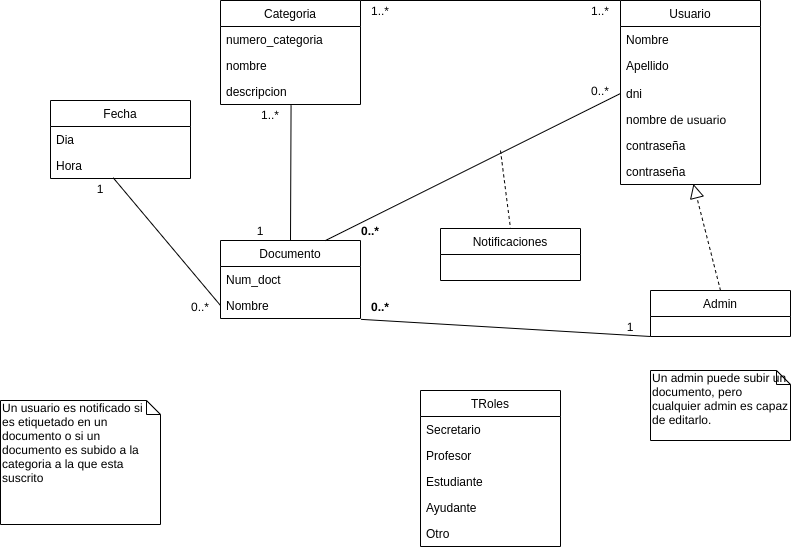
This is Diagrama_clases.png from se-unrc/notifications, a draw.io export, as it was before one commit. Source tidied: cells renumbered, new cells last; positions are measured from the earlier drawing's top-left corner, leaving out a move shared by most shapes.
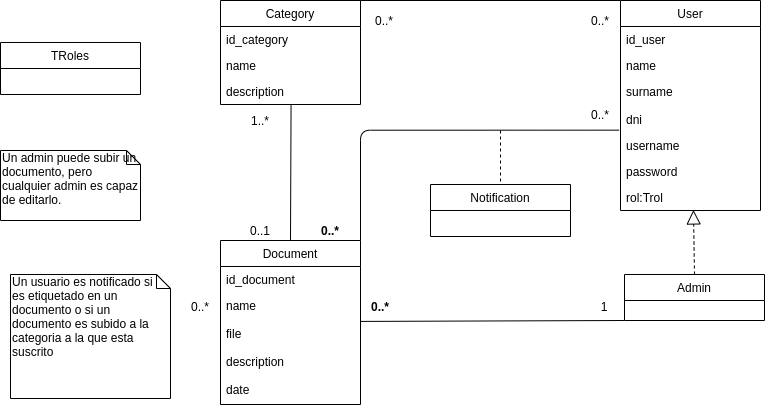
After the commit.

Change to the diagram source:
```diff
@@ -2,25 +2,34 @@
   <root>
     <mxCell id="0" />
     <mxCell id="1" parent="0" />
-    <mxCell id="2" value="Documento" style="swimlane;fontStyle=0;horizontal=1;startSize=26;fillColor=none;" parent="1" vertex="1">
-      <mxGeometry x="220" y="240" width="140" height="78" as="geometry" />
+    <mxCell id="2" value="Document" style="swimlane;fontStyle=0;horizontal=1;startSize=26;fillColor=none;" parent="1" vertex="1">
+      <mxGeometry x="220" y="240" width="140" height="164" as="geometry" />
     </mxCell>
-    <mxCell id="3" value="Num_doct" style="text;strokeColor=none;fillColor=none;align=left;verticalAlign=top;spacingLeft=4;spacingRight=4;overflow=hidden;" parent="2" vertex="1">
+    <mxCell id="3" value="id_document" style="text;strokeColor=none;fillColor=none;align=left;verticalAlign=top;spacingLeft=4;spacingRight=4;overflow=hidden;" parent="2" vertex="1">
       <mxGeometry y="26" width="140" height="26" as="geometry" />
     </mxCell>
-    <mxCell id="4" value="Nombre" style="text;strokeColor=none;fillColor=none;align=left;verticalAlign=top;spacingLeft=4;spacingRight=4;overflow=hidden;points=[[0,0.5],[1,0.5]];portConstraint=eastwest;" parent="2" vertex="1">
-      <mxGeometry y="52" width="140" height="26" as="geometry" />
+    <mxCell id="4" value="name" style="text;strokeColor=none;fillColor=none;align=left;verticalAlign=top;spacingLeft=4;spacingRight=4;overflow=hidden;points=[[0,0.5],[1,0.5]];portConstraint=eastwest;" parent="2" vertex="1">
+      <mxGeometry y="52" width="140" height="28" as="geometry" />
     </mxCell>
+    <mxCell id="46" value="file" style="text;strokeColor=none;fillColor=none;align=left;verticalAlign=top;spacingLeft=4;spacingRight=4;overflow=hidden;" parent="2" vertex="1">
+      <mxGeometry y="80" width="140" height="28" as="geometry" />
+    </mxCell>
+    <mxCell id="47" value="description" style="text;strokeColor=none;fillColor=none;align=left;verticalAlign=top;spacingLeft=4;spacingRight=4;overflow=hidden;" parent="2" vertex="1">
+      <mxGeometry y="108" width="140" height="28" as="geometry" />
+    </mxCell>
+    <mxCell id="48" value="date" style="text;strokeColor=none;fillColor=none;align=left;verticalAlign=top;spacingLeft=4;spacingRight=4;overflow=hidden;" parent="2" vertex="1">
+      <mxGeometry y="136" width="140" height="28" as="geometry" />
+    </mxCell>
-    <mxCell id="5" value="Categoria" style="swimlane;fontStyle=0;horizontal=1;startSize=26;fillColor=none;" parent="1" vertex="1">
+    <mxCell id="5" value="Category" style="swimlane;fontStyle=0;horizontal=1;startSize=26;fillColor=none;" parent="1" vertex="1">
       <mxGeometry x="220" width="140" height="104" as="geometry" />
     </mxCell>
-    <mxCell id="6" value="numero_categoria" style="text;strokeColor=none;fillColor=none;align=left;verticalAlign=top;spacingLeft=4;spacingRight=4;overflow=hidden;" parent="5" vertex="1">
+    <mxCell id="6" value="id_category&#10;" style="text;strokeColor=none;fillColor=none;align=left;verticalAlign=top;spacingLeft=4;spacingRight=4;overflow=hidden;" parent="5" vertex="1">
       <mxGeometry y="26" width="140" height="26" as="geometry" />
     </mxCell>
-    <mxCell id="7" value="nombre" style="text;strokeColor=none;fillColor=none;align=left;verticalAlign=top;spacingLeft=4;spacingRight=4;overflow=hidden;" parent="5" vertex="1">
+    <mxCell id="7" value="name" style="text;strokeColor=none;fillColor=none;align=left;verticalAlign=top;spacingLeft=4;spacingRight=4;overflow=hidden;" parent="5" vertex="1">
       <mxGeometry y="52" width="140" height="26" as="geometry" />
     </mxCell>
-    <mxCell id="8" value="descripcion" style="text;strokeColor=none;fillColor=none;align=left;verticalAlign=top;spacingLeft=4;spacingRight=4;overflow=hidden;" parent="5" vertex="1">
+    <mxCell id="8" value="description" style="text;strokeColor=none;fillColor=none;align=left;verticalAlign=top;spacingLeft=4;spacingRight=4;overflow=hidden;" parent="5" vertex="1">
       <mxGeometry y="78" width="140" height="26" as="geometry" />
     </mxCell>
     <mxCell id="9" style="endArrow=none;html=1;exitX=0.5;exitY=0;exitDx=0;exitDy=0;entryX=0.504;entryY=1.039;entryDx=0;entryDy=0;entryPerimeter=0;" parent="1" edge="1" source="2">
@@ -31,112 +40,90 @@
     <mxCell id="10" style="endArrow=none;html=1;entryX=0;entryY=0;entryDx=0;entryDy=0;exitX=1;exitY=0;exitDx=0;exitDy=0;" parent="1" edge="1" source="5" target="11">
       <mxGeometry relative="1" as="geometry" />
     </mxCell>
-    <mxCell id="11" value="Usuario" style="swimlane;fontStyle=0;horizontal=1;startSize=26;fillColor=none;" parent="1" vertex="1">
-      <mxGeometry x="620" width="140" height="184" as="geometry" />
+    <mxCell id="11" value="User" style="swimlane;fontStyle=0;horizontal=1;startSize=26;fillColor=none;" parent="1" vertex="1">
+      <mxGeometry x="620" width="140" height="210" as="geometry" />
     </mxCell>
+    <mxCell id="49" value="id_user" style="text;strokeColor=none;fillColor=none;align=left;verticalAlign=top;spacingLeft=4;spacingRight=4;overflow=hidden;" parent="11" vertex="1">
+      <mxGeometry y="26" width="140" height="26" as="geometry" />
+    </mxCell>
-    <mxCell id="12" value="Nombre" style="text;strokeColor=none;fillColor=none;align=left;verticalAlign=top;spacingLeft=4;spacingRight=4;overflow=hidden;" parent="11" vertex="1">
-      <mxGeometry y="26" width="140" height="26" as="geometry" />
+    <mxCell id="12" value="name" style="text;strokeColor=none;fillColor=none;align=left;verticalAlign=top;spacingLeft=4;spacingRight=4;overflow=hidden;" parent="11" vertex="1">
+      <mxGeometry y="52" width="140" height="26" as="geometry" />
     </mxCell>
-    <mxCell id="13" value="Apellido" style="text;strokeColor=none;fillColor=none;align=left;verticalAlign=top;spacingLeft=4;spacingRight=4;overflow=hidden;" parent="11" vertex="1">
-      <mxGeometry y="52" width="140" height="28" as="geometry" />
+    <mxCell id="13" value="surname" style="text;strokeColor=none;fillColor=none;align=left;verticalAlign=top;spacingLeft=4;spacingRight=4;overflow=hidden;" parent="11" vertex="1">
+      <mxGeometry y="78" width="140" height="28" as="geometry" />
     </mxCell>
     <mxCell id="14" value="dni" style="text;strokeColor=none;fillColor=none;align=left;verticalAlign=top;spacingLeft=4;spacingRight=4;overflow=hidden;points=[[0,0.5],[1,0.5]];portConstraint=eastwest;" parent="11" vertex="1">
-      <mxGeometry y="80" width="140" height="26" as="geometry" />
+      <mxGeometry y="106" width="140" height="26" as="geometry" />
     </mxCell>
-    <mxCell id="15" value="nombre de usuario" style="text;strokeColor=none;fillColor=none;align=left;verticalAlign=top;spacingLeft=4;spacingRight=4;overflow=hidden;points=[[0,0.5],[1,0.5]];portConstraint=eastwest;" parent="11" vertex="1">
-      <mxGeometry y="106" width="140" height="26" as="geometry" />
+    <mxCell id="15" value="username" style="text;strokeColor=none;fillColor=none;align=left;verticalAlign=top;spacingLeft=4;spacingRight=4;overflow=hidden;points=[[0,0.5],[1,0.5]];portConstraint=eastwest;" parent="11" vertex="1">
+      <mxGeometry y="132" width="140" height="26" as="geometry" />
     </mxCell>
-    <mxCell id="16" value="contraseña" style="text;strokeColor=none;fillColor=none;align=left;verticalAlign=top;spacingLeft=4;spacingRight=4;overflow=hidden;" parent="11" vertex="1">
-      <mxGeometry y="132" width="140" height="26" as="geometry" />
+    <mxCell id="16" value="password" style="text;strokeColor=none;fillColor=none;align=left;verticalAlign=top;spacingLeft=4;spacingRight=4;overflow=hidden;" parent="11" vertex="1">
+      <mxGeometry y="158" width="140" height="26" as="geometry" />
     </mxCell>
-    <mxCell id="17" value="contraseña" style="text;strokeColor=none;fillColor=none;align=left;verticalAlign=top;spacingLeft=4;spacingRight=4;overflow=hidden;points=[[0,0.5],[1,0.5]];portConstraint=eastwest;" parent="11" vertex="1">
-      <mxGeometry y="158" width="140" height="26" as="geometry" />
+    <mxCell id="17" value="rol:Trol" style="text;strokeColor=none;fillColor=none;align=left;verticalAlign=top;spacingLeft=4;spacingRight=4;overflow=hidden;points=[[0,0.5],[1,0.5]];portConstraint=eastwest;" parent="11" vertex="1">
+      <mxGeometry y="184" width="140" height="26" as="geometry" />
     </mxCell>
     <mxCell id="18" style="endArrow=none;html=1;entryX=1.004;entryY=1.033;entryDx=0;entryDy=0;entryPerimeter=0;exitX=0;exitY=1;exitDx=0;exitDy=0;" parent="1" edge="1" source="40" target="4">
       <mxGeometry relative="1" as="geometry" />
     </mxCell>
-    <mxCell id="19" style="endArrow=none;html=1;entryX=0;entryY=0.5;entryDx=0;entryDy=0;exitX=0.75;exitY=0;exitDx=0;exitDy=0;" parent="1" edge="1" source="2" target="14">
-      <mxGeometry relative="1" as="geometry" />
-    </mxCell>
-    <mxCell id="20" value="TRoles" style="swimlane;fontStyle=0;horizontal=1;startSize=26;fillColor=none;" parent="1" vertex="1">
-      <mxGeometry x="420" y="390" width="140" height="156" as="geometry" />
-    </mxCell>
-    <mxCell id="21" value="Secretario&#10;" style="text;strokeColor=none;fillColor=none;align=left;verticalAlign=top;spacingLeft=4;spacingRight=4;overflow=hidden;" parent="20" vertex="1">
-      <mxGeometry y="26" width="140" height="26" as="geometry" />
-    </mxCell>
-    <mxCell id="22" value="Profesor" style="text;strokeColor=none;fillColor=none;align=left;verticalAlign=top;spacingLeft=4;spacingRight=4;overflow=hidden;" parent="20" vertex="1">
-      <mxGeometry y="52" width="140" height="26" as="geometry" />
-    </mxCell>
-    <mxCell id="23" value="Estudiante" style="text;strokeColor=none;fillColor=none;align=left;verticalAlign=top;spacingLeft=4;spacingRight=4;overflow=hidden;" parent="20" vertex="1">
-      <mxGeometry y="78" width="140" height="26" as="geometry" />
-    </mxCell>
-    <mxCell id="24" value="Ayudante" style="text;strokeColor=none;fillColor=none;align=left;verticalAlign=top;spacingLeft=4;spacingRight=4;overflow=hidden;" parent="20" vertex="1">
-      <mxGeometry y="104" width="140" height="26" as="geometry" />
-    </mxCell>
-    <mxCell id="25" value="Otro" style="text;strokeColor=none;fillColor=none;align=left;verticalAlign=top;spacingLeft=4;spacingRight=4;overflow=hidden;" parent="20" vertex="1">
-      <mxGeometry y="130" width="140" height="26" as="geometry" />
-    </mxCell>
-    <mxCell id="26" value="Notificaciones" style="swimlane;fontStyle=0;horizontal=1;startSize=26;fillColor=none;" parent="1" vertex="1">
-      <mxGeometry x="440" y="228" width="140" height="52" as="geometry" />
-    </mxCell>
     <mxCell id="27" style="endArrow=block;dashed=1;endFill=0;endSize=12;html=1;entryX=0.521;entryY=0.98;entryDx=0;entryDy=0;entryPerimeter=0;exitX=0.5;exitY=0;exitDx=0;exitDy=0;" parent="1" edge="1" source="40" target="17">
       <mxGeometry relative="1" as="geometry" />
     </mxCell>
     <mxCell id="28" style="endArrow=none;dashed=1;html=1;entryX=0.5;entryY=0;entryDx=0;entryDy=0;" parent="1" edge="1" target="26">
       <mxGeometry relative="1" as="geometry">
-        <mxPoint x="500" y="150" as="sourcePoint" />
+        <mxPoint x="500" y="130" as="sourcePoint" />
       </mxGeometry>
     </mxCell>
-    <mxCell id="29" value="Fecha" style="swimlane;fontStyle=0;horizontal=1;startSize=26;fillColor=none;" parent="1" vertex="1">
-      <mxGeometry x="50" y="100" width="140" height="78" as="geometry" />
-    </mxCell>
-    <mxCell id="30" value="Dia" style="text;strokeColor=none;fillColor=none;align=left;verticalAlign=top;spacingLeft=4;spacingRight=4;overflow=hidden;" parent="29" vertex="1">
-      <mxGeometry y="26" width="140" height="26" as="geometry" />
-    </mxCell>
-    <mxCell id="31" value="Hora" style="text;strokeColor=none;fillColor=none;align=left;verticalAlign=top;spacingLeft=4;spacingRight=4;overflow=hidden;points=[[0,0.5],[1,0.5]];portConstraint=eastwest;" parent="29" vertex="1">
-      <mxGeometry y="52" width="140" height="26" as="geometry" />
-    </mxCell>
-    <mxCell id="32" style="endArrow=none;html=1;entryX=0.448;entryY=0.974;entryDx=0;entryDy=0;entryPerimeter=0;exitX=0;exitY=0.5;exitDx=0;exitDy=0;" parent="1" edge="1" source="4" target="31">
-      <mxGeometry relative="1" as="geometry" />
-    </mxCell>
     <mxCell id="33" value="0..*" style="text;html=1;strokeColor=none;fillColor=none;align=center;verticalAlign=middle;whiteSpace=wrap;rounded=0;" parent="1" vertex="1">
       <mxGeometry x="180" y="296" width="40" height="20" as="geometry" />
     </mxCell>
-    <mxCell id="34" value="1" style="text;html=1;strokeColor=none;fillColor=none;align=center;verticalAlign=middle;whiteSpace=wrap;rounded=0;" parent="1" vertex="1">
-      <mxGeometry x="80" y="178" width="40" height="20" as="geometry" />
-    </mxCell>
-    <mxCell id="35" value="1" style="text;html=1;strokeColor=none;fillColor=none;align=center;verticalAlign=middle;whiteSpace=wrap;rounded=0;" parent="1" vertex="1">
+    <mxCell id="35" value="0..1" style="text;html=1;strokeColor=none;fillColor=none;align=center;verticalAlign=middle;whiteSpace=wrap;rounded=0;" parent="1" vertex="1">
       <mxGeometry x="240" y="220" width="40" height="20" as="geometry" />
     </mxCell>
     <mxCell id="36" value="1..*" style="text;html=1;strokeColor=none;fillColor=none;align=center;verticalAlign=middle;whiteSpace=wrap;rounded=0;" parent="1" vertex="1">
-      <mxGeometry x="250" y="104" width="40" height="20" as="geometry" />
+      <mxGeometry x="240" y="110" width="40" height="20" as="geometry" />
     </mxCell>
     <mxCell id="37" value="0..*" style="text;html=1;strokeColor=none;fillColor=none;align=center;verticalAlign=middle;whiteSpace=wrap;rounded=0;fontStyle=1;" parent="1" vertex="1">
-      <mxGeometry x="350" y="220" width="40" height="20" as="geometry" />
+      <mxGeometry x="310" y="220" width="40" height="20" as="geometry" />
     </mxCell>
     <mxCell id="38" value="0..*" style="text;html=1;strokeColor=none;fillColor=none;align=center;verticalAlign=middle;whiteSpace=wrap;rounded=0;" parent="1" vertex="1">
-      <mxGeometry x="580" y="80" width="40" height="20" as="geometry" />
+      <mxGeometry x="580" y="104" width="40" height="20" as="geometry" />
     </mxCell>
     <mxCell id="39" value="1" style="text;html=1;strokeColor=none;fillColor=none;align=center;verticalAlign=middle;whiteSpace=wrap;rounded=0;" parent="1" vertex="1">
-      <mxGeometry x="610" y="316" width="40" height="20" as="geometry" />
+      <mxGeometry x="584" y="296" width="40" height="20" as="geometry" />
     </mxCell>
-    <mxCell id="40" value="Admin" style="swimlane;fontStyle=0;horizontal=1;startSize=26;fillColor=none;" parent="1" vertex="1">
-      <mxGeometry x="650" y="290" width="140" height="46" as="geometry" />
-    </mxCell>
-    <mxCell id="41" value="1..*" style="text;html=1;strokeColor=none;fillColor=none;align=center;verticalAlign=middle;whiteSpace=wrap;rounded=0;" parent="1" vertex="1">
-      <mxGeometry x="360" width="40" height="20" as="geometry" />
+    <mxCell id="41" value="0..*" style="text;html=1;strokeColor=none;fillColor=none;align=center;verticalAlign=middle;whiteSpace=wrap;rounded=0;" parent="1" vertex="1">
+      <mxGeometry x="364" y="10" width="40" height="20" as="geometry" />
     </mxCell>
-    <mxCell id="42" value="1..*" style="text;html=1;strokeColor=none;fillColor=none;align=center;verticalAlign=middle;whiteSpace=wrap;rounded=0;" parent="1" vertex="1">
-      <mxGeometry x="580" width="40" height="20" as="geometry" />
+    <mxCell id="42" value="0..*" style="text;html=1;strokeColor=none;fillColor=none;align=center;verticalAlign=middle;whiteSpace=wrap;rounded=0;" parent="1" vertex="1">
+      <mxGeometry x="580" y="10" width="40" height="20" as="geometry" />
     </mxCell>
     <mxCell id="43" value="Un usuario es notificado si&amp;nbsp; es etiquetado en un documento o si un documento es subido a la categoria a la que esta suscrito" style="shape=note;whiteSpace=wrap;html=1;size=14;verticalAlign=top;align=left;spacingTop=-6;" parent="1" vertex="1">
-      <mxGeometry y="400" width="160" height="124" as="geometry" />
+      <mxGeometry x="10" y="274" width="160" height="124" as="geometry" />
     </mxCell>
     <mxCell id="44" value="Un admin puede subir un documento, pero cualquier admin es capaz de editarlo." style="shape=note;whiteSpace=wrap;html=1;size=14;verticalAlign=top;align=left;spacingTop=-6;" parent="1" vertex="1">
-      <mxGeometry x="650" y="370" width="140" height="70" as="geometry" />
+      <mxGeometry y="150" width="140" height="70" as="geometry" />
     </mxCell>
     <mxCell id="45" value="0..*" style="text;html=1;strokeColor=none;fillColor=none;align=center;verticalAlign=middle;whiteSpace=wrap;rounded=0;fontStyle=1;" parent="1" vertex="1">
       <mxGeometry x="360" y="296" width="40" height="20" as="geometry" />
     </mxCell>
+    <mxCell id="40" value="Admin" style="swimlane;fontStyle=0;horizontal=1;startSize=26;fillColor=none;" parent="1" vertex="1">
+      <mxGeometry x="624" y="274" width="140" height="46" as="geometry" />
+    </mxCell>
+    <mxCell id="50" style="endArrow=none;html=1;edgeStyle=orthogonalEdgeStyle;exitX=1;exitY=0;exitDx=0;exitDy=0;entryX=-0.01;entryY=-0.09;entryDx=0;entryDy=0;entryPerimeter=0;" parent="1" edge="1" source="2" target="15">
+      <mxGeometry relative="1" as="geometry">
+        <Array as="points">
+          <mxPoint x="360" y="130" />
+          <mxPoint x="619" y="130" />
+        </Array>
+      </mxGeometry>
+    </mxCell>
+    <mxCell id="26" value="Notification" style="swimlane;fontStyle=0;horizontal=1;startSize=26;fillColor=none;" parent="1" vertex="1">
+      <mxGeometry x="430" y="184" width="140" height="52" as="geometry" />
+    </mxCell>
+    <mxCell id="20" value="TRoles" style="swimlane;fontStyle=0;horizontal=1;startSize=26;fillColor=none;" parent="1" vertex="1">
+      <mxGeometry y="42" width="140" height="52" as="geometry" />
+    </mxCell>
   </root>
 </mxGraphModel>
```
